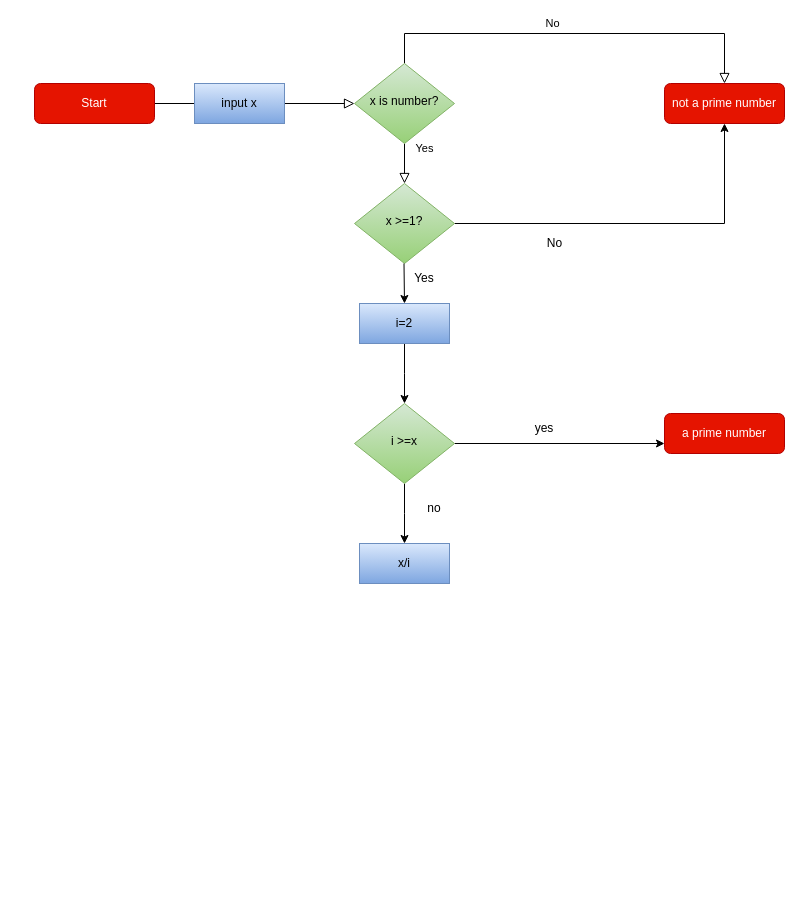
Earlier version of the draw.io diagram Untitled Diagram.drawio (yenle2092/Ironhack_LabYen). Source tidied: cells renumbered, new cells numbered last; positions are measured from the earlier drawing's top-left corner, leaving out a move shared by most shapes. Both pictures are drawn from the tidied source at 100%, with x=0, y=0 at pixel (34, 33).
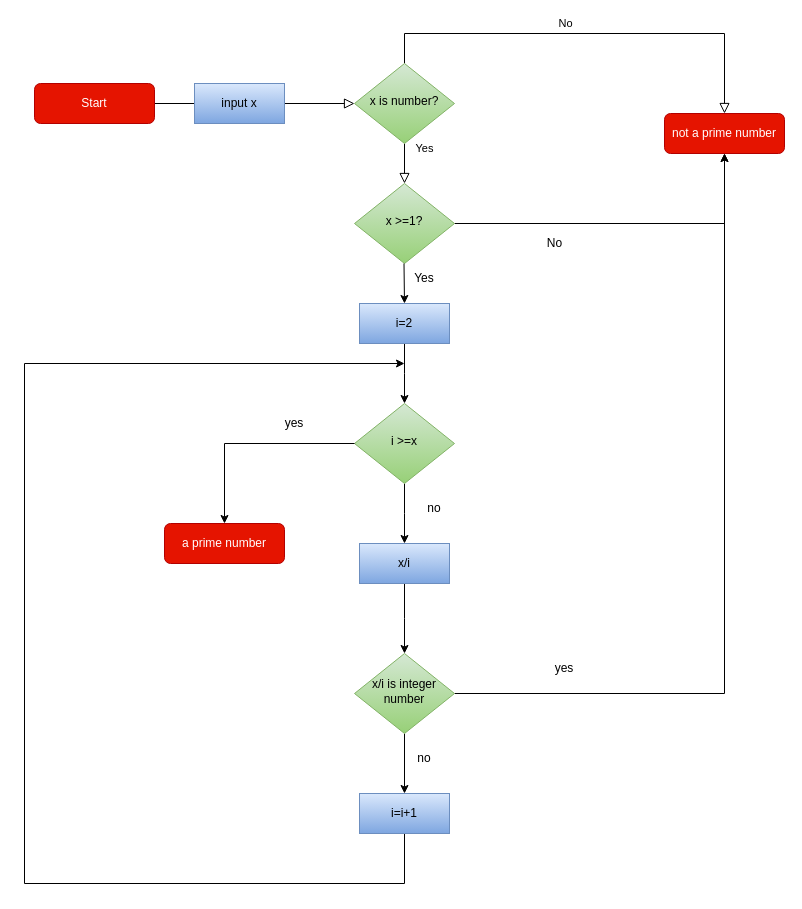
Above is the later version.

Unchanged cells that the change refers to:
```xml
<mxCell id="19" value="i &amp;gt;=x" style="rhombus;whiteSpace=wrap;html=1;shadow=0;fontFamily=Helvetica;fontSize=12;align=center;strokeWidth=1;spacing=6;spacingTop=-4;fillColor=#d5e8d4;gradientColor=#97d077;strokeColor=#82b366;" parent="1" vertex="1">
  <mxGeometry x="320" y="370" width="100" height="80" as="geometry" />
</mxCell>
<mxCell id="20" value="x/i" style="rounded=0;whiteSpace=wrap;html=1;fillColor=#dae8fc;gradientColor=#7ea6e0;strokeColor=#6c8ebf;" parent="1" vertex="1">
  <mxGeometry x="325" y="510" width="90" height="40" as="geometry" />
</mxCell>
```

Diff of the diagram source:
```diff
@@
     <mxCell id="7" value="not a prime number&lt;br&gt;" style="rounded=1;whiteSpace=wrap;html=1;fontSize=12;glass=0;strokeWidth=1;shadow=0;fillColor=#e51400;fontColor=#ffffff;strokeColor=#B20000;" parent="1" vertex="1">
-      <mxGeometry x="630" y="50" width="120" height="40" as="geometry" />
+      <mxGeometry x="630" y="80" width="120" height="40" as="geometry" />
     </mxCell>
@@
     <mxCell id="10" value="a prime number&lt;br&gt;" style="rounded=1;whiteSpace=wrap;html=1;fontSize=12;glass=0;strokeWidth=1;shadow=0;fillColor=#e51400;fontColor=#ffffff;strokeColor=#B20000;" parent="1" vertex="1">
-      <mxGeometry x="630" y="380" width="120" height="40" as="geometry" />
+      <mxGeometry x="130" y="490" width="120" height="40" as="geometry" />
     </mxCell>
@@
-    <mxCell id="17" style="edgeStyle=orthogonalEdgeStyle;rounded=0;jettySize=auto;html=1;entryX=0;entryY=0.75;entryDx=0;entryDy=0;" parent="1" edge="1" source="19" target="10">
-      <mxGeometry relative="1" as="geometry" />
-    </mxCell>
@@
+    <mxCell id="23" style="edgeStyle=orthogonalEdgeStyle;rounded=0;jettySize=auto;html=1;" parent="1" edge="1" source="20">
+      <mxGeometry relative="1" as="geometry">
+        <mxPoint x="370" y="620" as="targetPoint" />
+      </mxGeometry>
+    </mxCell>
@@
     <mxCell id="21" value="yes&lt;br&gt;" style="text;html=1;strokeColor=none;fillColor=none;align=center;verticalAlign=middle;whiteSpace=wrap;rounded=0;" parent="1" vertex="1">
-      <mxGeometry x="480" y="380" width="60" height="30" as="geometry" />
+      <mxGeometry x="230" y="375" width="60" height="30" as="geometry" />
     </mxCell>
@@
+    <mxCell id="24" style="edgeStyle=orthogonalEdgeStyle;rounded=0;jettySize=auto;html=1;" parent="1" edge="1" source="26" target="7">
+      <mxGeometry relative="1" as="geometry">
+        <Array as="points">
+          <mxPoint x="690" y="660" />
+        </Array>
+      </mxGeometry>
+    </mxCell>
+    <mxCell id="25" style="edgeStyle=orthogonalEdgeStyle;rounded=0;jettySize=auto;html=1;entryX=0.5;entryY=0;entryDx=0;entryDy=0;" parent="1" edge="1" source="26" target="29">
+      <mxGeometry relative="1" as="geometry" />
+    </mxCell>
+    <mxCell id="26" value="x/i is integer number" style="rhombus;whiteSpace=wrap;html=1;shadow=0;fontFamily=Helvetica;fontSize=12;align=center;strokeWidth=1;spacing=6;spacingTop=-4;fillColor=#d5e8d4;gradientColor=#97d077;strokeColor=#82b366;" parent="1" vertex="1">
+      <mxGeometry x="320" y="620" width="100" height="80" as="geometry" />
+    </mxCell>
+    <mxCell id="17" style="edgeStyle=none;jettySize=auto;html=1;rounded=0;entryX=0.5;entryY=0;entryDx=0;entryDy=0;exitX=0;exitY=0.5;exitDx=0;exitDy=0;" parent="1" edge="1" source="19" target="10">
+      <mxGeometry relative="1" as="geometry">
+        <Array as="points">
+          <mxPoint x="190" y="410" />
+        </Array>
+      </mxGeometry>
+    </mxCell>
+    <mxCell id="27" value="yes" style="text;html=1;strokeColor=none;fillColor=none;align=center;verticalAlign=middle;whiteSpace=wrap;rounded=0;" parent="1" vertex="1">
+      <mxGeometry x="500" y="620" width="60" height="30" as="geometry" />
+    </mxCell>
+    <mxCell id="28" style="edgeStyle=orthogonalEdgeStyle;rounded=0;jettySize=auto;html=1;" parent="1" edge="1" source="29">
+      <mxGeometry relative="1" as="geometry">
+        <mxPoint x="370" y="330" as="targetPoint" />
+        <Array as="points">
+          <mxPoint x="370" y="850" />
+          <mxPoint x="-10" y="850" />
+        </Array>
+      </mxGeometry>
+    </mxCell>
+    <mxCell id="29" value="i=i+1" style="rounded=0;whiteSpace=wrap;html=1;fillColor=#dae8fc;gradientColor=#7ea6e0;strokeColor=#6c8ebf;" parent="1" vertex="1">
+      <mxGeometry x="325" y="760" width="90" height="40" as="geometry" />
+    </mxCell>
+    <mxCell id="30" value="no&lt;br&gt;" style="text;html=1;strokeColor=none;fillColor=none;align=center;verticalAlign=middle;whiteSpace=wrap;rounded=0;" parent="1" vertex="1">
+      <mxGeometry x="360" y="710" width="60" height="30" as="geometry" />
+    </mxCell>
```
